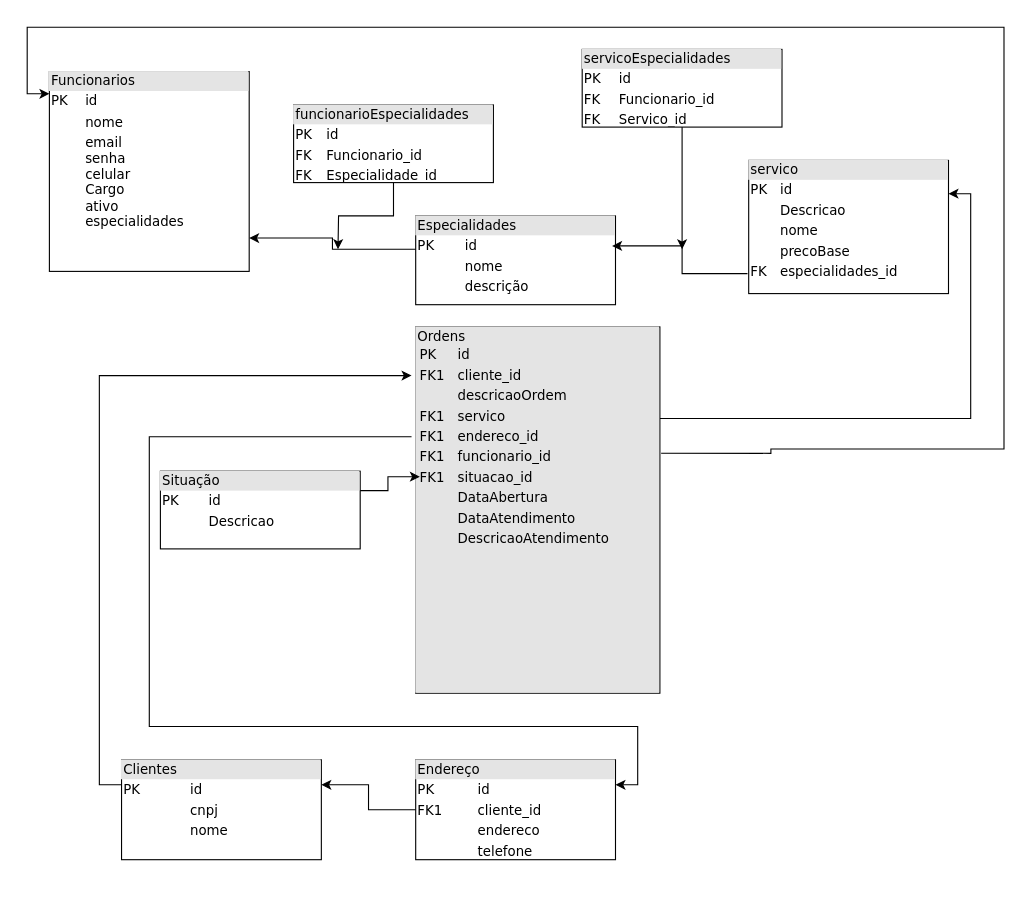
The draw.io diagram banco de dados.drawio in S-I-G-O-S/planejamento, before the edit. Source tidied: cells renumbered, new cells numbered last; positions are measured from the earlier drawing's top-left corner, leaving out a move shared by most shapes. Both pictures are drawn from the tidied source at 111%, with x=0, y=0 at pixel (27, 27).
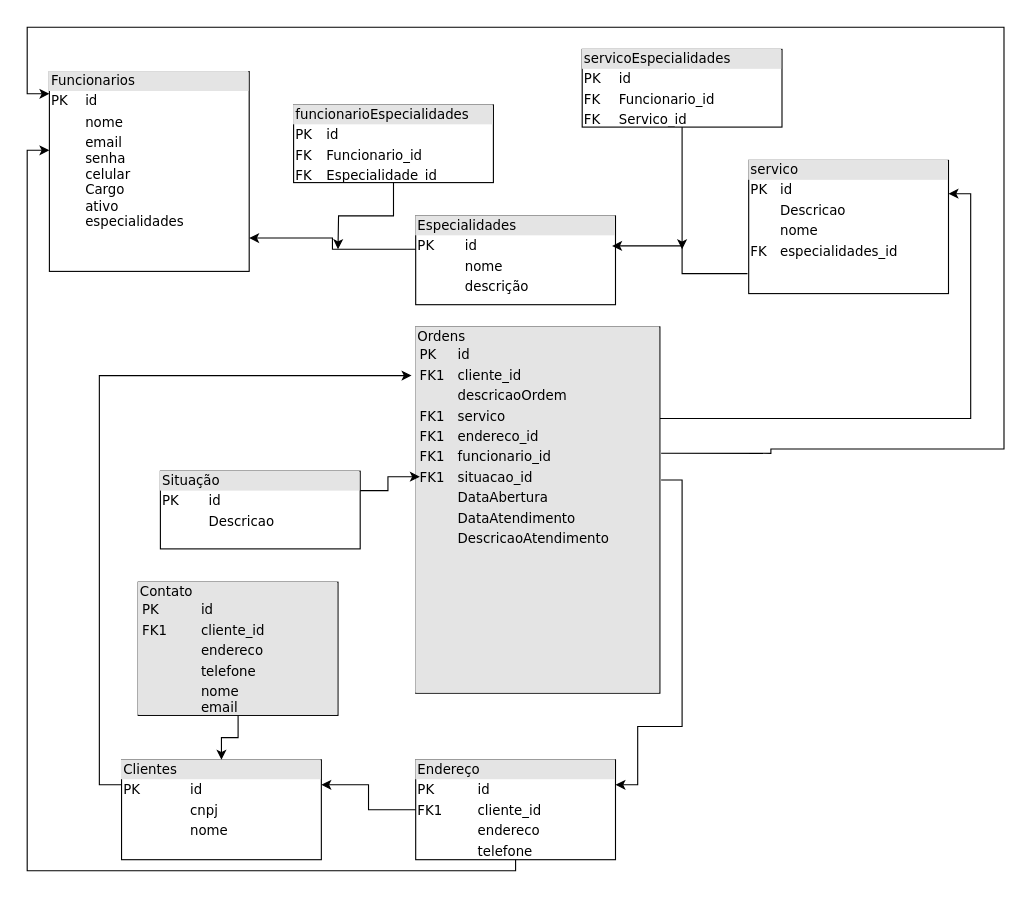
The same page after the edit.

Unchanged cells that the change refers to:
```xml
<mxCell id="2" value="&lt;div style=&quot;box-sizing:border-box;width:100%;background:#e4e4e4;padding:2px;&quot;&gt;Funcionarios&lt;/div&gt;&lt;table style=&quot;width:100%;font-size:1em;&quot; cellpadding=&quot;2&quot; cellspacing=&quot;0&quot;&gt;&lt;tbody&gt;&lt;tr&gt;&lt;td&gt;PK&lt;/td&gt;&lt;td&gt;id&lt;br&gt;&lt;/td&gt;&lt;/tr&gt;&lt;tr&gt;&lt;td&gt;&lt;br&gt;&lt;/td&gt;&lt;td&gt;nome&lt;/td&gt;&lt;/tr&gt;&lt;tr&gt;&lt;td&gt;&lt;/td&gt;&lt;td&gt;email&lt;br&gt;senha&lt;br&gt;celular&lt;br&gt;Cargo&lt;br&gt;ativo&lt;br&gt;especialidades&lt;/td&gt;&lt;/tr&gt;&lt;/tbody&gt;&lt;/table&gt;" style="verticalAlign=top;align=left;overflow=fill;html=1;rounded=0;shadow=0;comic=0;labelBackgroundColor=none;strokeWidth=1;fontFamily=Verdana;fontSize=12;" parent="1" vertex="1">
  <mxGeometry x="20" y="40" width="180" height="180" as="geometry" />
</mxCell>
<mxCell id="4" value="&lt;div style=&quot;box-sizing: border-box ; width: 100% ; background: #e4e4e4 ; padding: 2px&quot;&gt;Clientes&lt;/div&gt;&lt;table style=&quot;width: 100% ; font-size: 1em&quot; cellpadding=&quot;2&quot; cellspacing=&quot;0&quot;&gt;&lt;tbody&gt;&lt;tr&gt;&lt;td&gt;PK&lt;/td&gt;&lt;td&gt;id&lt;/td&gt;&lt;/tr&gt;&lt;tr&gt;&lt;td&gt;&lt;br&gt;&lt;/td&gt;&lt;td&gt;cnpj&lt;/td&gt;&lt;/tr&gt;&lt;tr&gt;&lt;td&gt;&lt;/td&gt;&lt;td&gt;nome&lt;/td&gt;&lt;/tr&gt;&lt;tr&gt;&lt;td&gt;&lt;br&gt;&lt;/td&gt;&lt;td&gt;&lt;br&gt;&lt;/td&gt;&lt;/tr&gt;&lt;/tbody&gt;&lt;/table&gt;" style="verticalAlign=top;align=left;overflow=fill;html=1;rounded=0;shadow=0;comic=0;labelBackgroundColor=none;strokeWidth=1;fontFamily=Verdana;fontSize=12;" parent="1" vertex="1">
  <mxGeometry x="85" y="660" width="180" height="90" as="geometry" />
</mxCell>
<mxCell id="7" value="&lt;div style=&quot;box-sizing: border-box ; width: 100% ; background: #e4e4e4 ; padding: 2px&quot;&gt;Ordens&lt;table style=&quot;background-color: initial; font-size: 1em; width: 100%;&quot; cellpadding=&quot;2&quot; cellspacing=&quot;0&quot;&gt;&lt;tbody&gt;&lt;tr&gt;&lt;td&gt;PK&lt;/td&gt;&lt;td&gt;id&lt;/td&gt;&lt;/tr&gt;&lt;tr&gt;&lt;td&gt;FK1&lt;/td&gt;&lt;td&gt;cliente_id&lt;/td&gt;&lt;/tr&gt;&lt;tr&gt;&lt;td&gt;&lt;/td&gt;&lt;td&gt;descricaoOrdem&lt;/td&gt;&lt;/tr&gt;&lt;tr&gt;&lt;td&gt;FK1&lt;br&gt;&lt;/td&gt;&lt;td&gt;servico&lt;br&gt;&lt;/td&gt;&lt;/tr&gt;&lt;tr&gt;&lt;td&gt;FK1&lt;br&gt;&lt;/td&gt;&lt;td&gt;endereco_id&lt;/td&gt;&lt;/tr&gt;&lt;tr&gt;&lt;td&gt;FK1&lt;br&gt;&lt;/td&gt;&lt;td&gt;funcionario_id&lt;br&gt;&lt;/td&gt;&lt;/tr&gt;&lt;tr&gt;&lt;td&gt;FK1&lt;br&gt;&lt;/td&gt;&lt;td&gt;situacao_id&lt;br&gt;&lt;/td&gt;&lt;/tr&gt;&lt;tr&gt;&lt;td&gt;&lt;br&gt;&lt;/td&gt;&lt;td&gt;DataAbertura&lt;/td&gt;&lt;/tr&gt;&lt;tr&gt;&lt;td&gt;&lt;br&gt;&lt;/td&gt;&lt;td&gt;DataAtendimento&lt;/td&gt;&lt;/tr&gt;&lt;tr&gt;&lt;td&gt;&lt;br&gt;&lt;/td&gt;&lt;td&gt;DescricaoAtendimento&lt;/td&gt;&lt;/tr&gt;&lt;tr&gt;&lt;td&gt;&lt;br&gt;&lt;/td&gt;&lt;td&gt;&lt;br&gt;&lt;/td&gt;&lt;/tr&gt;&lt;tr&gt;&lt;td&gt;&lt;br&gt;&lt;/td&gt;&lt;td&gt;&lt;br&gt;&lt;/td&gt;&lt;/tr&gt;&lt;tr&gt;&lt;td&gt;&lt;br&gt;&lt;/td&gt;&lt;td&gt;&lt;br&gt;&lt;/td&gt;&lt;/tr&gt;&lt;tr&gt;&lt;td&gt;&lt;br&gt;&lt;/td&gt;&lt;td&gt;&lt;br&gt;&lt;/td&gt;&lt;/tr&gt;&lt;tr&gt;&lt;td&gt;&lt;br&gt;&lt;/td&gt;&lt;td&gt;&lt;br&gt;&lt;/td&gt;&lt;/tr&gt;&lt;tr&gt;&lt;td&gt;&lt;br&gt;&lt;/td&gt;&lt;td&gt;&lt;br&gt;&lt;/td&gt;&lt;/tr&gt;&lt;tr&gt;&lt;td&gt;&lt;br&gt;&lt;/td&gt;&lt;td&gt;&lt;br&gt;&lt;/td&gt;&lt;/tr&gt;&lt;/tbody&gt;&lt;/table&gt;&lt;/div&gt;" style="verticalAlign=top;align=left;overflow=fill;html=1;rounded=0;shadow=0;comic=0;labelBackgroundColor=none;strokeWidth=1;fontFamily=Verdana;fontSize=12;" parent="1" vertex="1">
  <mxGeometry x="350" y="270" width="220" height="330" as="geometry" />
</mxCell>
<mxCell id="10" value="&lt;div style=&quot;box-sizing: border-box ; width: 100% ; background: #e4e4e4 ; padding: 2px&quot;&gt;Endereço&lt;/div&gt;&lt;table style=&quot;width: 100% ; font-size: 1em&quot; cellpadding=&quot;2&quot; cellspacing=&quot;0&quot;&gt;&lt;tbody&gt;&lt;tr&gt;&lt;td&gt;PK&lt;/td&gt;&lt;td&gt;id&lt;/td&gt;&lt;/tr&gt;&lt;tr&gt;&lt;td&gt;FK1&lt;/td&gt;&lt;td&gt;cliente_id&lt;/td&gt;&lt;/tr&gt;&lt;tr&gt;&lt;td&gt;&lt;/td&gt;&lt;td&gt;endereco&lt;/td&gt;&lt;/tr&gt;&lt;tr&gt;&lt;td&gt;&lt;br&gt;&lt;/td&gt;&lt;td&gt;telefone&lt;/td&gt;&lt;/tr&gt;&lt;tr&gt;&lt;td&gt;&lt;br&gt;&lt;/td&gt;&lt;td&gt;&lt;br&gt;&lt;/td&gt;&lt;/tr&gt;&lt;tr&gt;&lt;td&gt;&lt;br&gt;&lt;/td&gt;&lt;td&gt;&lt;br&gt;&lt;/td&gt;&lt;/tr&gt;&lt;/tbody&gt;&lt;/table&gt;" style="verticalAlign=top;align=left;overflow=fill;html=1;rounded=0;shadow=0;comic=0;labelBackgroundColor=none;strokeWidth=1;fontFamily=Verdana;fontSize=12;" parent="1" vertex="1">
  <mxGeometry x="350" y="660" width="180" height="90" as="geometry" />
</mxCell>
```

The edit, as a diff of the source:
```diff
@@
-    <mxCell id="6" style="edgeStyle=orthogonalEdgeStyle;rounded=0;jettySize=auto;html=1;entryX=1;entryY=0.25;entryDx=0;entryDy=0;exitX=-0.017;exitY=0.3;exitDx=0;exitDy=0;exitPerimeter=0;" parent="1" edge="1" source="7" target="10">
+    <mxCell id="6" style="edgeStyle=orthogonalEdgeStyle;rounded=0;jettySize=auto;html=1;entryX=1;entryY=0.25;entryDx=0;entryDy=0;exitX=1.005;exitY=0.418;exitDx=0;exitDy=0;exitPerimeter=0;" parent="1" edge="1" source="7" target="10">
       <mxGeometry relative="1" as="geometry">
         <Array as="points">
-          <mxPoint x="110" y="369" />
-          <mxPoint x="110" y="630" />
+          <mxPoint x="590" y="408" />
+          <mxPoint x="590" y="630" />
           <mxPoint x="550" y="630" />
           <mxPoint x="550" y="683" />
         </Array>
       </mxGeometry>
     </mxCell>
@@
-    <mxCell id="12" value="&lt;div style=&quot;box-sizing:border-box;width:100%;background:#e4e4e4;padding:2px;&quot;&gt;servico&lt;/div&gt;&lt;table style=&quot;width:100%;font-size:1em;&quot; cellpadding=&quot;2&quot; cellspacing=&quot;0&quot;&gt;&lt;tbody&gt;&lt;tr&gt;&lt;td&gt;PK&lt;/td&gt;&lt;td&gt;id&lt;/td&gt;&lt;/tr&gt;&lt;tr&gt;&lt;td&gt;&lt;br&gt;&lt;/td&gt;&lt;td&gt;Descricao&lt;/td&gt;&lt;/tr&gt;&lt;tr&gt;&lt;td&gt;&lt;br&gt;&lt;/td&gt;&lt;td&gt;nome&lt;/td&gt;&lt;/tr&gt;&lt;tr&gt;&lt;td&gt;&lt;br&gt;&lt;/td&gt;&lt;td&gt;precoBase&lt;/td&gt;&lt;/tr&gt;&lt;tr&gt;&lt;td&gt;FK&lt;/td&gt;&lt;td&gt;especialidades_id&lt;/td&gt;&lt;/tr&gt;&lt;tr&gt;&lt;td&gt;&lt;/td&gt;&lt;td&gt;&lt;br&gt;&lt;/td&gt;&lt;/tr&gt;&lt;/tbody&gt;&lt;/table&gt;" style="verticalAlign=top;align=left;overflow=fill;html=1;rounded=0;shadow=0;comic=0;labelBackgroundColor=none;strokeWidth=1;fontFamily=Verdana;fontSize=12;" parent="1" vertex="1">
+    <mxCell id="12" value="&lt;div style=&quot;box-sizing:border-box;width:100%;background:#e4e4e4;padding:2px;&quot;&gt;servico&lt;/div&gt;&lt;table style=&quot;width:100%;font-size:1em;&quot; cellpadding=&quot;2&quot; cellspacing=&quot;0&quot;&gt;&lt;tbody&gt;&lt;tr&gt;&lt;td&gt;PK&lt;/td&gt;&lt;td&gt;id&lt;/td&gt;&lt;/tr&gt;&lt;tr&gt;&lt;td&gt;&lt;br&gt;&lt;/td&gt;&lt;td&gt;Descricao&lt;/td&gt;&lt;/tr&gt;&lt;tr&gt;&lt;td&gt;&lt;br&gt;&lt;/td&gt;&lt;td&gt;nome&lt;/td&gt;&lt;/tr&gt;&lt;tr&gt;&lt;td&gt;FK&lt;/td&gt;&lt;td&gt;especialidades_id&lt;/td&gt;&lt;/tr&gt;&lt;tr&gt;&lt;td&gt;&lt;/td&gt;&lt;td&gt;&lt;br&gt;&lt;/td&gt;&lt;/tr&gt;&lt;/tbody&gt;&lt;/table&gt;" style="verticalAlign=top;align=left;overflow=fill;html=1;rounded=0;shadow=0;comic=0;labelBackgroundColor=none;strokeWidth=1;fontFamily=Verdana;fontSize=12;" parent="1" vertex="1">
       <mxGeometry x="650" y="120" width="180" height="120" as="geometry" />
     </mxCell>
@@
+    <mxCell id="22" style="edgeStyle=orthogonalEdgeStyle;rounded=0;jettySize=auto;html=1;entryX=0.5;entryY=0;entryDx=0;entryDy=0;" parent="1" edge="1" source="23" target="4">
+      <mxGeometry relative="1" as="geometry" />
+    </mxCell>
+    <mxCell id="23" value="&lt;div style=&quot;box-sizing: border-box ; width: 100% ; background: #e4e4e4 ; padding: 2px&quot;&gt;Contato&lt;table style=&quot;background-color: initial; font-size: 1em; width: 100%;&quot; cellpadding=&quot;2&quot; cellspacing=&quot;0&quot;&gt;&lt;tbody&gt;&lt;tr&gt;&lt;td&gt;PK&lt;/td&gt;&lt;td&gt;id&lt;/td&gt;&lt;/tr&gt;&lt;tr&gt;&lt;td&gt;FK1&lt;/td&gt;&lt;td&gt;cliente_id&lt;/td&gt;&lt;/tr&gt;&lt;tr&gt;&lt;td&gt;&lt;/td&gt;&lt;td&gt;endereco&lt;/td&gt;&lt;/tr&gt;&lt;tr&gt;&lt;td&gt;&lt;br&gt;&lt;/td&gt;&lt;td&gt;telefone&lt;/td&gt;&lt;/tr&gt;&lt;tr&gt;&lt;td&gt;&lt;br&gt;&lt;/td&gt;&lt;td&gt;nome&lt;br&gt;email&lt;/td&gt;&lt;/tr&gt;&lt;tr&gt;&lt;td&gt;&lt;br&gt;&lt;/td&gt;&lt;td&gt;&lt;br&gt;&lt;/td&gt;&lt;/tr&gt;&lt;/tbody&gt;&lt;/table&gt;&lt;/div&gt;" style="verticalAlign=top;align=left;overflow=fill;html=1;rounded=0;shadow=0;comic=0;labelBackgroundColor=none;strokeWidth=1;fontFamily=Verdana;fontSize=12;" parent="1" vertex="1">
+      <mxGeometry x="100" y="500" width="180" height="120" as="geometry" />
+    </mxCell>
+    <mxCell id="24" style="edgeStyle=orthogonalEdgeStyle;rounded=0;jettySize=auto;html=1;entryX=0;entryY=0.394;entryDx=0;entryDy=0;entryPerimeter=0;" parent="1" edge="1" source="10" target="2">
+      <mxGeometry relative="1" as="geometry">
+        <Array as="points">
+          <mxPoint x="440" y="760" />
+          <mxPoint y="760" />
+          <mxPoint y="111" />
+        </Array>
+      </mxGeometry>
+    </mxCell>
```
